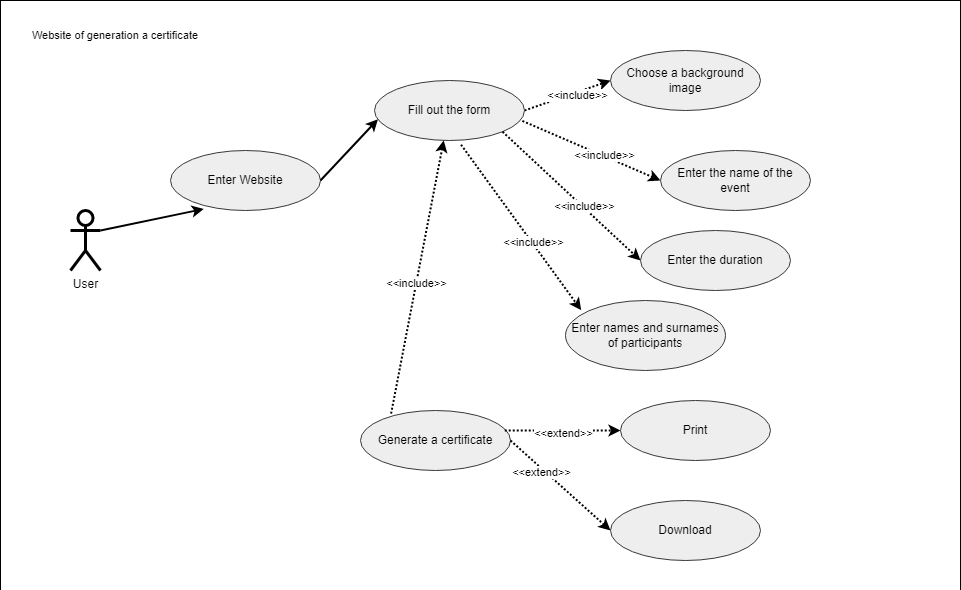
This is docs/1.Envisioning/Діаграма прецедентів.png from IlnitskijMaksim/SE-practice-1group, a draw.io export, as it was before one commit. Source tidied: cells renumbered, new cells last; positions are measured from the earlier drawing's top-left corner, leaving out a move shared by most shapes.
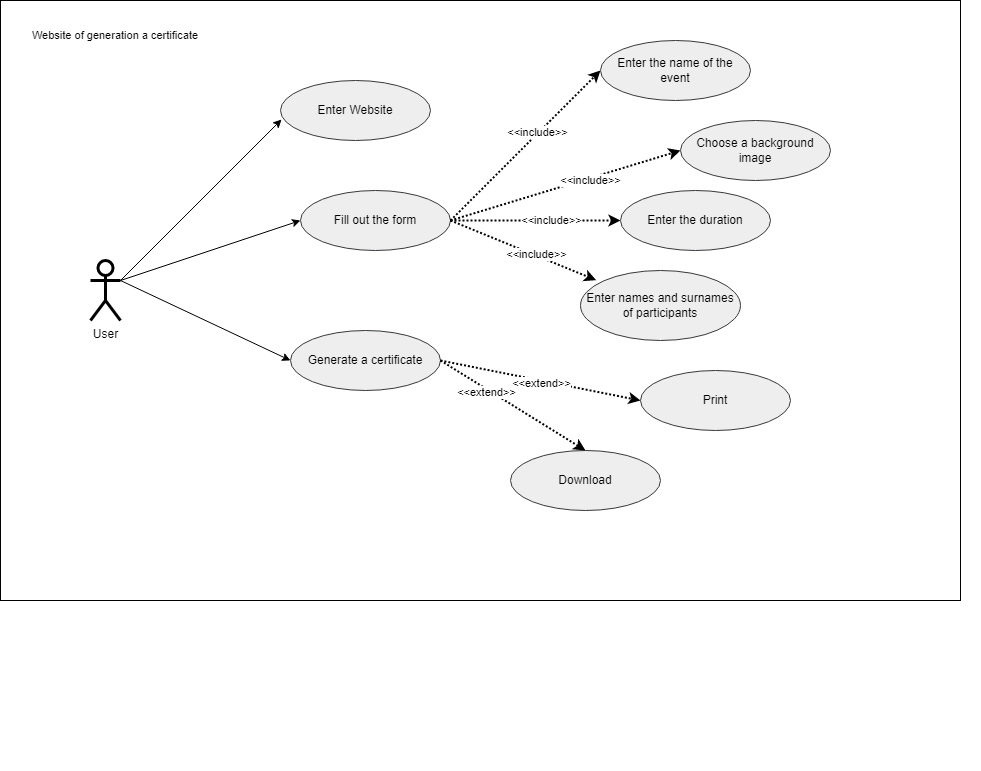
The same file after the commit.

Commit message:
Замінила діаграму прецедентів

Change to the diagram source:
```diff
@@ -2,98 +2,95 @@
   <root>
     <mxCell id="0" />
     <mxCell id="1" parent="0" />
-    <mxCell id="2" style="group;" parent="1" vertex="1">
-      <mxGeometry x="70" y="60" width="890" height="660" as="geometry" />
-    </mxCell>
-    <mxCell id="3" style="group;" parent="2" vertex="1">
-      <mxGeometry x="110" width="780" height="660" as="geometry" />
-    </mxCell>
+    <mxCell id="33" style="group;" parent="1" vertex="1">
+      <mxGeometry x="180" y="-190" width="890" height="660" as="geometry" />
+    </mxCell>
+    <mxCell id="34" style="group;" parent="33" vertex="1">
+      <mxGeometry x="90" y="-50" width="780" height="660" as="geometry" />
+    </mxCell>
-    <mxCell id="4" style="rounded=0;whiteSpace=wrap;html=1;" parent="3" vertex="1">
+    <mxCell id="4" style="rounded=0;whiteSpace=wrap;html=1;" parent="34" vertex="1">
       <mxGeometry x="-180" y="-60" width="960" height="600" as="geometry" />
     </mxCell>
-    <mxCell id="5" style="group;" parent="3" vertex="1">
-      <mxGeometry x="40" y="50" width="590" height="500" as="geometry" />
-    </mxCell>
-    <mxCell id="6" value="Enter the duration" style="ellipse;whiteSpace=wrap;html=1;fillColor=#eeeeee;strokeColor=#36393d;" parent="5" vertex="1">
-      <mxGeometry x="420" y="120" width="150" height="60" as="geometry" />
-    </mxCell>
-    <mxCell id="7" value="Enter names and surnames of participants" style="ellipse;whiteSpace=wrap;html=1;fillColor=#eeeeee;strokeColor=#36393d;" parent="5" vertex="1">
-      <mxGeometry x="345" y="190" width="160" height="70" as="geometry" />
-    </mxCell>
+    <mxCell id="35" style="group;" parent="34" vertex="1">
+      <mxGeometry x="-30" y="-30" width="590" height="500" as="geometry" />
+    </mxCell>
-    <mxCell id="8" value="Generate a certificate" style="ellipse;whiteSpace=wrap;html=1;fillColor=#eeeeee;strokeColor=#36393d;" parent="5" vertex="1">
+    <mxCell id="8" value="Generate a certificate" style="ellipse;whiteSpace=wrap;html=1;fillColor=#eeeeee;strokeColor=#36393d;" parent="35" vertex="1">
       <mxGeometry x="140" y="300" width="150" height="60" as="geometry" />
     </mxCell>
-    <mxCell id="9" style="endArrow=classic;dashed=1;html=1;rounded=0;endFill=1;strokeWidth=2;dashPattern=1 1;entryX=0;entryY=0.5;entryDx=0;entryDy=0;exitX=0.961;exitY=0.333;exitDx=0;exitDy=0;exitPerimeter=0;" parent="5" edge="1" source="8" target="11">
-      <mxGeometry relative="1" as="geometry" />
-    </mxCell>
-    <mxCell id="10" value="&amp;lt;&amp;lt;extend&amp;gt;&amp;gt;" style="edgeLabel;html=1;align=center;verticalAlign=middle;" parent="9" vertex="1">
-      <mxGeometry x="0.01" y="-2" relative="1" as="geometry" />
-    </mxCell>
-    <mxCell id="11" value="Print" style="ellipse;whiteSpace=wrap;html=1;fillColor=#eeeeee;strokeColor=#36393d;" parent="5" vertex="1">
-      <mxGeometry x="400" y="290" width="150" height="60" as="geometry" />
-    </mxCell>
+    <mxCell id="17" value="Choose a background image" style="ellipse;whiteSpace=wrap;html=1;fillColor=#eeeeee;strokeColor=#36393d;" parent="34" vertex="1">
+      <mxGeometry x="500" y="60" width="150" height="60" as="geometry" />
+    </mxCell>
+    <mxCell id="18" style="endArrow=classic;dashed=1;html=1;dashPattern=1 1;strokeWidth=2;rounded=0;exitX=1;exitY=0.5;exitDx=0;exitDy=0;entryX=0;entryY=0.5;entryDx=0;entryDy=0;endFill=1;" parent="34" edge="1" source="20" target="17">
+      <mxGeometry relative="1" as="geometry" />
+    </mxCell>
+    <mxCell id="36" value="&amp;lt;&amp;lt;include&amp;gt;&amp;gt;" style="edgeLabel;html=1;align=center;verticalAlign=middle;" parent="18" vertex="1">
+      <mxGeometry x="0.21" y="-2" relative="1" as="geometry" />
+    </mxCell>
+    <mxCell id="20" value="Fill out the form" style="ellipse;whiteSpace=wrap;html=1;fillColor=#eeeeee;strokeColor=#36393d;" parent="34" vertex="1">
+      <mxGeometry x="120" y="130" width="150" height="60" as="geometry" />
+    </mxCell>
+    <mxCell id="21" style="endArrow=classic;html=1;rounded=0;entryX=0.098;entryY=0.138;entryDx=0;entryDy=0;entryPerimeter=0;strokeWidth=2;dashed=1;dashPattern=1 1;exitX=1;exitY=0.5;exitDx=0;exitDy=0;" parent="34" edge="1" source="20" target="7">
+      <mxGeometry relative="1" as="geometry" />
+    </mxCell>
+    <mxCell id="37" value="&amp;lt;&amp;lt;include&amp;gt;&amp;gt;" style="edgeLabel;html=1;align=center;verticalAlign=middle;" parent="21" vertex="1">
+      <mxGeometry x="0.17" y="1" relative="1" as="geometry" />
+    </mxCell>
+    <mxCell id="24" style="endArrow=classic;html=1;rounded=0;entryX=0;entryY=0.5;entryDx=0;entryDy=0;strokeWidth=2;dashed=1;dashPattern=1 1;exitX=1;exitY=0.5;exitDx=0;exitDy=0;" parent="34" edge="1" source="20" target="6">
+      <mxGeometry relative="1" as="geometry" />
+    </mxCell>
+    <mxCell id="38" value="&amp;lt;&amp;lt;include&amp;gt;&amp;gt;" style="edgeLabel;html=1;align=center;verticalAlign=middle;" parent="24" vertex="1">
+      <mxGeometry x="0.17" y="1" relative="1" as="geometry" />
+    </mxCell>
+    <mxCell id="26" style="endArrow=classic;html=1;rounded=0;entryX=0;entryY=0.5;entryDx=0;entryDy=0;strokeWidth=2;dashed=1;dashPattern=1 1;exitX=1;exitY=0.5;exitDx=0;exitDy=0;" parent="34" edge="1" source="20" target="15">
+      <mxGeometry relative="1" as="geometry" />
+    </mxCell>
+    <mxCell id="39" value="&amp;lt;&amp;lt;include&amp;gt;&amp;gt;" style="edgeLabel;html=1;align=center;verticalAlign=middle;" parent="26" vertex="1">
+      <mxGeometry x="0.17" y="1" relative="1" as="geometry" />
+    </mxCell>
+    <mxCell id="30" value="&lt;font style=&quot;font-size: 11px;&quot;&gt;Website of generation a certificate&lt;/font&gt;" style="text;html=1;strokeColor=none;fillColor=none;align=center;verticalAlign=middle;whiteSpace=wrap;rounded=0;" parent="34" vertex="1">
+      <mxGeometry x="-160" y="-40" width="190" height="30" as="geometry" />
+    </mxCell>
+    <mxCell id="16" value="Enter Website" style="ellipse;whiteSpace=wrap;html=1;fillColor=#eeeeee;strokeColor=#36393d;" parent="34" vertex="1">
+      <mxGeometry x="100" y="20" width="150" height="60" as="geometry" />
+    </mxCell>
-    <mxCell id="12" value="Download" style="ellipse;whiteSpace=wrap;html=1;fillColor=#eeeeee;strokeColor=#36393d;" parent="5" vertex="1">
-      <mxGeometry x="390" y="390" width="150" height="60" as="geometry" />
+    <mxCell id="12" value="Download" style="ellipse;whiteSpace=wrap;html=1;fillColor=#eeeeee;strokeColor=#36393d;" parent="34" vertex="1">
+      <mxGeometry x="330" y="390" width="150" height="60" as="geometry" />
     </mxCell>
-    <mxCell id="13" style="endArrow=classic;dashed=1;html=1;rounded=0;exitX=1;exitY=0.5;exitDx=0;exitDy=0;endFill=1;dashPattern=1 1;strokeWidth=2;entryX=0;entryY=0.5;entryDx=0;entryDy=0;" parent="5" edge="1" source="8" target="12">
+    <mxCell id="13" style="endArrow=classic;dashed=1;html=1;rounded=0;exitX=1;exitY=0.5;exitDx=0;exitDy=0;endFill=1;dashPattern=1 1;strokeWidth=2;entryX=0.5;entryY=0;entryDx=0;entryDy=0;" parent="34" edge="1" source="8" target="12">
       <mxGeometry relative="1" as="geometry" />
     </mxCell>
-    <mxCell id="14" value="&amp;lt;&amp;lt;extend&amp;gt;&amp;gt;" style="edgeLabel;html=1;align=center;verticalAlign=middle;" parent="13" vertex="1">
-      <mxGeometry x="-0.36" y="-3" relative="1" as="geometry" />
-    </mxCell>
+    <mxCell id="40" value="&amp;lt;&amp;lt;extend&amp;gt;&amp;gt;" style="edgeLabel;html=1;align=center;verticalAlign=middle;" parent="13" vertex="1">
+      <mxGeometry x="-0.36" y="-3" relative="1" as="geometry" />
+    </mxCell>
+    <mxCell id="11" value="Print" style="ellipse;whiteSpace=wrap;html=1;fillColor=#eeeeee;strokeColor=#36393d;" parent="34" vertex="1">
+      <mxGeometry x="460" y="310" width="150" height="60" as="geometry" />
+    </mxCell>
+    <mxCell id="9" style="endArrow=classic;dashed=1;html=1;rounded=0;endFill=1;strokeWidth=2;dashPattern=1 1;entryX=0;entryY=0.5;entryDx=0;entryDy=0;exitX=1;exitY=0.5;exitDx=0;exitDy=0;" parent="34" edge="1" source="8" target="11">
+      <mxGeometry relative="1" as="geometry" />
+    </mxCell>
+    <mxCell id="41" value="&amp;lt;&amp;lt;extend&amp;gt;&amp;gt;" style="edgeLabel;html=1;align=center;verticalAlign=middle;" parent="9" vertex="1">
+      <mxGeometry x="0.01" y="-2" relative="1" as="geometry" />
+    </mxCell>
+    <mxCell id="7" value="Enter names and surnames of participants" style="ellipse;whiteSpace=wrap;html=1;fillColor=#eeeeee;strokeColor=#36393d;" parent="34" vertex="1">
+      <mxGeometry x="400" y="210" width="160" height="70" as="geometry" />
+    </mxCell>
+    <mxCell id="6" value="Enter the duration" style="ellipse;whiteSpace=wrap;html=1;fillColor=#eeeeee;strokeColor=#36393d;" parent="34" vertex="1">
+      <mxGeometry x="440" y="130" width="150" height="60" as="geometry" />
+    </mxCell>
-    <mxCell id="15" value="Enter the name of the event" style="ellipse;whiteSpace=wrap;html=1;fillColor=#eeeeee;strokeColor=#36393d;" parent="5" vertex="1">
-      <mxGeometry x="440" y="40" width="150" height="60" as="geometry" />
+    <mxCell id="15" value="Enter the name of the event" style="ellipse;whiteSpace=wrap;html=1;fillColor=#eeeeee;strokeColor=#36393d;" parent="34" vertex="1">
+      <mxGeometry x="420" y="-20" width="150" height="60" as="geometry" />
     </mxCell>
-    <mxCell id="16" value="Enter Website" style="ellipse;whiteSpace=wrap;html=1;fillColor=#eeeeee;strokeColor=#36393d;" parent="5" vertex="1">
-      <mxGeometry x="-50" y="40" width="150" height="60" as="geometry" />
-    </mxCell>
-    <mxCell id="17" value="Choose a background image" style="ellipse;whiteSpace=wrap;html=1;fillColor=#eeeeee;strokeColor=#36393d;" parent="3" vertex="1">
-      <mxGeometry x="430" y="-10" width="150" height="60" as="geometry" />
-    </mxCell>
-    <mxCell id="18" style="endArrow=classic;dashed=1;html=1;dashPattern=1 1;strokeWidth=2;rounded=0;exitX=1;exitY=0.5;exitDx=0;exitDy=0;entryX=0;entryY=0.5;entryDx=0;entryDy=0;endFill=1;" parent="3" edge="1" source="20" target="17">
-      <mxGeometry relative="1" as="geometry" />
-    </mxCell>
-    <mxCell id="19" value="&amp;lt;&amp;lt;include&amp;gt;&amp;gt;" style="edgeLabel;html=1;align=center;verticalAlign=middle;" parent="18" vertex="1">
-      <mxGeometry x="0.21" y="-2" relative="1" as="geometry" />
-    </mxCell>
-    <mxCell id="20" value="Fill out the form" style="ellipse;whiteSpace=wrap;html=1;fillColor=#eeeeee;strokeColor=#36393d;" parent="3" vertex="1">
-      <mxGeometry x="194" y="20" width="150" height="60" as="geometry" />
-    </mxCell>
-    <mxCell id="21" style="endArrow=classic;html=1;rounded=0;entryX=0.098;entryY=0.138;entryDx=0;entryDy=0;entryPerimeter=0;strokeWidth=2;dashed=1;dashPattern=1 1;exitX=0.577;exitY=1.07;exitDx=0;exitDy=0;exitPerimeter=0;" parent="3" edge="1" source="20" target="7">
-      <mxGeometry relative="1" as="geometry" />
-    </mxCell>
-    <mxCell id="22" value="&amp;lt;&amp;lt;include&amp;gt;&amp;gt;" style="edgeLabel;html=1;align=center;verticalAlign=middle;" parent="21" vertex="1">
-      <mxGeometry x="0.17" y="1" relative="1" as="geometry" />
-    </mxCell>
-    <mxCell id="23" style="rounded=0;jettySize=auto;html=1;exitX=1;exitY=0.5;exitDx=0;exitDy=0;entryX=0.023;entryY=0.646;entryDx=0;entryDy=0;entryPerimeter=0;strokeWidth=2;" parent="3" edge="1" source="16" target="20">
-      <mxGeometry relative="1" as="geometry" />
-    </mxCell>
-    <mxCell id="24" style="endArrow=classic;html=1;rounded=0;entryX=0;entryY=0.5;entryDx=0;entryDy=0;strokeWidth=2;dashed=1;dashPattern=1 1;exitX=1;exitY=1;exitDx=0;exitDy=0;" parent="3" edge="1" source="20" target="6">
-      <mxGeometry relative="1" as="geometry" />
-    </mxCell>
-    <mxCell id="25" value="&amp;lt;&amp;lt;include&amp;gt;&amp;gt;" style="edgeLabel;html=1;align=center;verticalAlign=middle;" parent="24" vertex="1">
-      <mxGeometry x="0.17" y="1" relative="1" as="geometry" />
-    </mxCell>
-    <mxCell id="26" style="endArrow=classic;html=1;rounded=0;entryX=0;entryY=0.5;entryDx=0;entryDy=0;strokeWidth=2;dashed=1;dashPattern=1 1;exitX=0.986;exitY=0.674;exitDx=0;exitDy=0;exitPerimeter=0;" parent="3" edge="1" source="20" target="15">
-      <mxGeometry relative="1" as="geometry" />
-    </mxCell>
-    <mxCell id="27" value="&amp;lt;&amp;lt;include&amp;gt;&amp;gt;" style="edgeLabel;html=1;align=center;verticalAlign=middle;" parent="26" vertex="1">
-      <mxGeometry x="0.17" y="1" relative="1" as="geometry" />
-    </mxCell>
-    <mxCell id="28" style="endArrow=none;html=1;rounded=0;entryX=0.204;entryY=0.052;entryDx=0;entryDy=0;entryPerimeter=0;strokeWidth=2;dashed=1;dashPattern=1 1;startArrow=classic;startFill=1;endFill=0;" parent="3" edge="1" source="20" target="8">
-      <mxGeometry relative="1" as="geometry" />
-    </mxCell>
-    <mxCell id="29" value="&amp;lt;&amp;lt;include&amp;gt;&amp;gt;" style="edgeLabel;html=1;align=center;verticalAlign=middle;" parent="28" vertex="1">
-      <mxGeometry x="0.05" y="-1" relative="1" as="geometry" />
-    </mxCell>
-    <mxCell id="30" value="&lt;font style=&quot;font-size: 11px;&quot;&gt;Website of generation a certificate&lt;/font&gt;" style="text;html=1;strokeColor=none;fillColor=none;align=center;verticalAlign=middle;whiteSpace=wrap;rounded=0;" parent="3" vertex="1">
-      <mxGeometry x="-160" y="-40" width="190" height="30" as="geometry" />
-    </mxCell>
+    <mxCell id="32" value="User" style="shape=umlActor;verticalLabelPosition=bottom;verticalAlign=top;html=1;outlineConnect=0;strokeWidth=3;" parent="33" vertex="1">
+      <mxGeometry y="150" width="30" height="60" as="geometry" />
+    </mxCell>
+    <mxCell id="42" style="endArrow=classic;html=1;rounded=0;exitX=1;exitY=0.3333333333333333;exitDx=0;exitDy=0;exitPerimeter=0;entryX=0;entryY=0.5;entryDx=0;entryDy=0;" parent="33" edge="1" source="32" target="8">
+      <mxGeometry relative="1" as="geometry" />
+    </mxCell>
-    <mxCell id="31" style="endArrow=classic;html=1;rounded=0;entryX=0.222;entryY=0.974;entryDx=0;entryDy=0;entryPerimeter=0;exitX=1;exitY=0.3333333333333333;exitDx=0;exitDy=0;exitPerimeter=0;strokeWidth=2;" parent="2" edge="1" source="32" target="16">
+    <mxCell id="31" style="endArrow=classic;html=1;rounded=0;exitX=1;exitY=0.3333333333333333;exitDx=0;exitDy=0;exitPerimeter=0;entryX=0.007;entryY=0.65;entryDx=0;entryDy=0;entryPerimeter=0;" parent="33" edge="1" source="32" target="16">
       <mxGeometry relative="1" as="geometry" />
     </mxCell>
-    <mxCell id="32" value="User" style="shape=umlActor;verticalLabelPosition=bottom;verticalAlign=top;html=1;outlineConnect=0;strokeWidth=3;" parent="2" vertex="1">
-      <mxGeometry y="150" width="30" height="60" as="geometry" />
-    </mxCell>
+    <mxCell id="43" style="endArrow=classic;html=1;rounded=0;exitX=1;exitY=0.3333333333333333;exitDx=0;exitDy=0;exitPerimeter=0;entryX=0;entryY=0.5;entryDx=0;entryDy=0;" parent="33" edge="1" source="32" target="20">
+      <mxGeometry relative="1" as="geometry" />
+    </mxCell>
   </root>
 </mxGraphModel>
```
